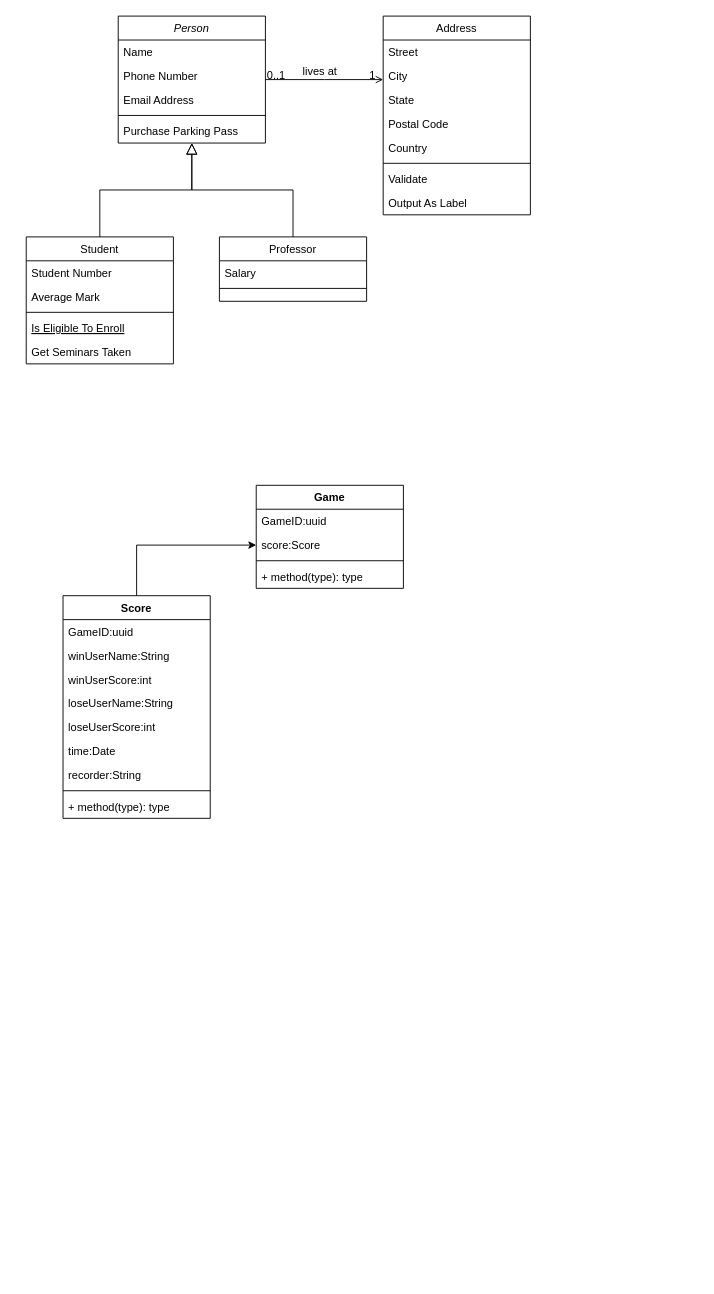
hunterljm/badminton keeps this draw.io diagram as 羽毛球计分系统.drawio. Above is the earlier version. Source tidied: cells renumbered, new cells numbered last; positions are measured from the earlier drawing's top-left corner, leaving out a move shared by most shapes. Both pictures are drawn from the tidied source at 92%, with x=0, y=0 at pixel (26, 16).
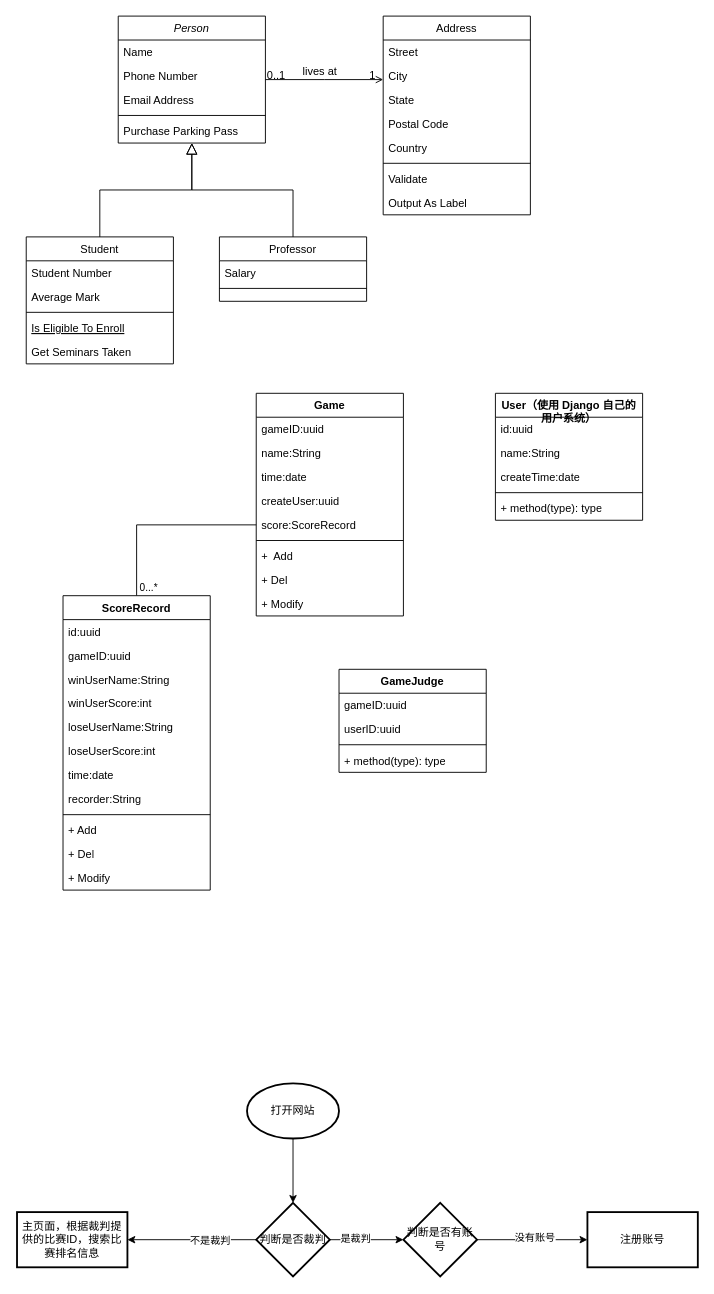
Above is the later version.

Commit message (it also covers changes not shown here):
更新羽毛球计分系统.drawio

Change to the diagram source:
```diff
@@
-    <mxCell id="32" style="edgeStyle=orthogonalEdgeStyle;rounded=0;jettySize=auto;html=1;exitX=0.5;exitY=0;exitDx=0;exitDy=0;entryX=0;entryY=0.5;entryDx=0;entryDy=0;" parent="1" edge="1" source="33" target="45">
+    <mxCell id="32" style="rounded=0;jettySize=auto;html=1;exitX=0.5;exitY=0;exitDx=0;exitDy=0;entryX=0;entryY=0.5;entryDx=0;entryDy=0;edgeStyle=orthogonalEdgeStyle;startArrow=none;startFill=0;endArrow=none;endFill=0;" parent="1" edge="1" source="33" target="45">
       <mxGeometry relative="1" as="geometry" />
     </mxCell>
+    <mxCell id="48" value="0...*" style="edgeLabel;html=1;align=center;verticalAlign=middle;" parent="32" vertex="1">
+      <mxGeometry x="-0.9" y="-1" relative="1" as="geometry">
+        <mxPoint x="11" as="offset" />
+      </mxGeometry>
+    </mxCell>
-    <mxCell id="33" value="Score" style="swimlane;fontStyle=1;align=center;verticalAlign=top;horizontal=1;startSize=26;whiteSpace=wrap;html=1;" parent="1" vertex="1">
-      <mxGeometry x="40" y="630" width="160" height="242" as="geometry" />
+    <mxCell id="33" value="ScoreRecord" style="swimlane;fontStyle=1;align=center;verticalAlign=top;horizontal=1;startSize=26;whiteSpace=wrap;html=1;" parent="1" vertex="1">
+      <mxGeometry x="40" y="630" width="160" height="320" as="geometry" />
     </mxCell>
+    <mxCell id="49" value="id:uuid" style="text;strokeColor=none;fillColor=none;align=left;verticalAlign=top;spacingLeft=4;spacingRight=4;overflow=hidden;whiteSpace=wrap;html=1;" parent="33" vertex="1">
+      <mxGeometry y="26" width="160" height="26" as="geometry" />
+    </mxCell>
-    <mxCell id="34" value="GameID:uuid" style="text;strokeColor=none;fillColor=none;align=left;verticalAlign=top;spacingLeft=4;spacingRight=4;overflow=hidden;whiteSpace=wrap;html=1;" parent="33" vertex="1">
-      <mxGeometry y="26" width="160" height="26" as="geometry" />
+    <mxCell id="34" value="gameID:uuid" style="text;strokeColor=none;fillColor=none;align=left;verticalAlign=top;spacingLeft=4;spacingRight=4;overflow=hidden;whiteSpace=wrap;html=1;" parent="33" vertex="1">
+      <mxGeometry y="52" width="160" height="26" as="geometry" />
     </mxCell>
     <mxCell id="35" value="winUserName:String" style="text;strokeColor=none;fillColor=none;align=left;verticalAlign=top;spacingLeft=4;spacingRight=4;overflow=hidden;whiteSpace=wrap;html=1;" parent="33" vertex="1">
-      <mxGeometry y="52" width="160" height="26" as="geometry" />
+      <mxGeometry y="78" width="160" height="26" as="geometry" />
     </mxCell>
     <mxCell id="36" value="winUserScore:int" style="text;strokeColor=none;fillColor=none;align=left;verticalAlign=top;spacingLeft=4;spacingRight=4;overflow=hidden;whiteSpace=wrap;html=1;" parent="33" vertex="1">
-      <mxGeometry y="78" width="160" height="26" as="geometry" />
+      <mxGeometry y="104" width="160" height="26" as="geometry" />
     </mxCell>
     <mxCell id="37" value="loseUserName:String" style="text;strokeColor=none;fillColor=none;align=left;verticalAlign=top;spacingLeft=4;spacingRight=4;overflow=hidden;whiteSpace=wrap;html=1;" parent="33" vertex="1">
-      <mxGeometry y="104" width="160" height="26" as="geometry" />
+      <mxGeometry y="130" width="160" height="26" as="geometry" />
     </mxCell>
     <mxCell id="38" value="loseUserScore:int" style="text;strokeColor=none;fillColor=none;align=left;verticalAlign=top;spacingLeft=4;spacingRight=4;overflow=hidden;whiteSpace=wrap;html=1;" parent="33" vertex="1">
-      <mxGeometry y="130" width="160" height="26" as="geometry" />
+      <mxGeometry y="156" width="160" height="26" as="geometry" />
     </mxCell>
-    <mxCell id="39" value="time:Date&lt;br&gt;" style="text;strokeColor=none;fillColor=none;align=left;verticalAlign=top;spacingLeft=4;spacingRight=4;overflow=hidden;whiteSpace=wrap;html=1;" parent="33" vertex="1">
-      <mxGeometry y="156" width="160" height="26" as="geometry" />
+    <mxCell id="39" value="time:date" style="text;strokeColor=none;fillColor=none;align=left;verticalAlign=top;spacingLeft=4;spacingRight=4;overflow=hidden;whiteSpace=wrap;html=1;" parent="33" vertex="1">
+      <mxGeometry y="182" width="160" height="26" as="geometry" />
     </mxCell>
     <mxCell id="40" value="recorder:String" style="text;strokeColor=none;fillColor=none;align=left;verticalAlign=top;spacingLeft=4;spacingRight=4;overflow=hidden;whiteSpace=wrap;html=1;" parent="33" vertex="1">
-      <mxGeometry y="182" width="160" height="26" as="geometry" />
+      <mxGeometry y="208" width="160" height="26" as="geometry" />
     </mxCell>
     <mxCell id="41" style="line;strokeWidth=1;fillColor=none;align=left;verticalAlign=middle;spacingTop=-1;spacingLeft=3;spacingRight=3;labelPosition=right;strokeColor=inherit;" parent="33" vertex="1">
-      <mxGeometry y="208" width="160" height="8" as="geometry" />
+      <mxGeometry y="234" width="160" height="8" as="geometry" />
     </mxCell>
-    <mxCell id="42" value="+ method(type): type" style="text;strokeColor=none;fillColor=none;align=left;verticalAlign=top;spacingLeft=4;spacingRight=4;overflow=hidden;whiteSpace=wrap;html=1;" parent="33" vertex="1">
-      <mxGeometry y="216" width="160" height="26" as="geometry" />
+    <mxCell id="42" value="+ Add" style="text;strokeColor=none;fillColor=none;align=left;verticalAlign=top;spacingLeft=4;spacingRight=4;overflow=hidden;whiteSpace=wrap;html=1;" parent="33" vertex="1">
+      <mxGeometry y="242" width="160" height="26" as="geometry" />
     </mxCell>
+    <mxCell id="50" value="+ Del" style="text;strokeColor=none;fillColor=none;align=left;verticalAlign=top;spacingLeft=4;spacingRight=4;overflow=hidden;whiteSpace=wrap;html=1;" parent="33" vertex="1">
+      <mxGeometry y="268" width="160" height="26" as="geometry" />
+    </mxCell>
+    <mxCell id="51" value="+ Modify" style="text;strokeColor=none;fillColor=none;align=left;verticalAlign=top;spacingLeft=4;spacingRight=4;overflow=hidden;whiteSpace=wrap;html=1;" parent="33" vertex="1">
+      <mxGeometry y="294" width="160" height="26" as="geometry" />
+    </mxCell>
     <mxCell id="43" value="Game" style="swimlane;fontStyle=1;align=center;verticalAlign=top;horizontal=1;startSize=26;whiteSpace=wrap;html=1;" parent="1" vertex="1">
-      <mxGeometry x="250" y="510" width="160" height="112" as="geometry" />
+      <mxGeometry x="250" y="410" width="160" height="242" as="geometry" />
     </mxCell>
+    <mxCell id="52" value="gameID:uuid" style="text;strokeColor=none;fillColor=none;align=left;verticalAlign=top;spacingLeft=4;spacingRight=4;overflow=hidden;whiteSpace=wrap;html=1;" parent="43" vertex="1">
+      <mxGeometry y="26" width="160" height="26" as="geometry" />
+    </mxCell>
-    <mxCell id="44" value="GameID:uuid" style="text;strokeColor=none;fillColor=none;align=left;verticalAlign=top;spacingLeft=4;spacingRight=4;overflow=hidden;whiteSpace=wrap;html=1;" parent="43" vertex="1">
-      <mxGeometry y="26" width="160" height="26" as="geometry" />
+    <mxCell id="44" value="name:String" style="text;strokeColor=none;fillColor=none;align=left;verticalAlign=top;spacingLeft=4;spacingRight=4;overflow=hidden;whiteSpace=wrap;html=1;" parent="43" vertex="1">
+      <mxGeometry y="52" width="160" height="26" as="geometry" />
     </mxCell>
+    <mxCell id="53" value="time:date" style="text;strokeColor=none;fillColor=none;align=left;verticalAlign=top;spacingLeft=4;spacingRight=4;overflow=hidden;whiteSpace=wrap;html=1;" parent="43" vertex="1">
+      <mxGeometry y="78" width="160" height="26" as="geometry" />
+    </mxCell>
+    <mxCell id="54" value="createUser:uuid" style="text;strokeColor=none;fillColor=none;align=left;verticalAlign=top;spacingLeft=4;spacingRight=4;overflow=hidden;whiteSpace=wrap;html=1;" parent="43" vertex="1">
+      <mxGeometry y="104" width="160" height="26" as="geometry" />
+    </mxCell>
-    <mxCell id="45" value="score:Score" style="text;strokeColor=none;fillColor=none;align=left;verticalAlign=top;spacingLeft=4;spacingRight=4;overflow=hidden;points=[[0,0.5],[1,0.5]];portConstraint=eastwest;whiteSpace=wrap;html=1;" parent="43" vertex="1">
-      <mxGeometry y="52" width="160" height="26" as="geometry" />
+    <mxCell id="45" value="score:ScoreRecord" style="text;strokeColor=none;fillColor=none;align=left;verticalAlign=top;spacingLeft=4;spacingRight=4;overflow=hidden;points=[[0,0.5],[1,0.5]];portConstraint=eastwest;whiteSpace=wrap;html=1;" parent="43" vertex="1">
+      <mxGeometry y="130" width="160" height="26" as="geometry" />
     </mxCell>
     <mxCell id="46" style="line;strokeWidth=1;fillColor=none;align=left;verticalAlign=middle;spacingTop=-1;spacingLeft=3;spacingRight=3;labelPosition=right;strokeColor=inherit;" parent="43" vertex="1">
-      <mxGeometry y="78" width="160" height="8" as="geometry" />
+      <mxGeometry y="156" width="160" height="8" as="geometry" />
     </mxCell>
-    <mxCell id="47" value="+ method(type): type" style="text;strokeColor=none;fillColor=none;align=left;verticalAlign=top;spacingLeft=4;spacingRight=4;overflow=hidden;whiteSpace=wrap;html=1;" parent="43" vertex="1">
-      <mxGeometry y="86" width="160" height="26" as="geometry" />
+    <mxCell id="47" value="+&amp;nbsp; Add" style="text;strokeColor=none;fillColor=none;align=left;verticalAlign=top;spacingLeft=4;spacingRight=4;overflow=hidden;whiteSpace=wrap;html=1;" parent="43" vertex="1">
+      <mxGeometry y="164" width="160" height="26" as="geometry" />
     </mxCell>
+    <mxCell id="55" value="+ Del" style="text;strokeColor=none;fillColor=none;align=left;verticalAlign=top;spacingLeft=4;spacingRight=4;overflow=hidden;whiteSpace=wrap;html=1;" parent="43" vertex="1">
+      <mxGeometry y="190" width="160" height="26" as="geometry" />
+    </mxCell>
+    <mxCell id="56" value="+ Modify" style="text;strokeColor=none;fillColor=none;align=left;verticalAlign=top;spacingLeft=4;spacingRight=4;overflow=hidden;whiteSpace=wrap;html=1;" parent="43" vertex="1">
+      <mxGeometry y="216" width="160" height="26" as="geometry" />
+    </mxCell>
+    <mxCell id="57" value="User（使用 Django 自己的用户系统）" style="swimlane;fontStyle=1;align=center;verticalAlign=top;horizontal=1;startSize=26;whiteSpace=wrap;html=1;" parent="1" vertex="1">
+      <mxGeometry x="510" y="410" width="160" height="138" as="geometry" />
+    </mxCell>
+    <mxCell id="58" value="id:uuid" style="text;strokeColor=none;fillColor=none;align=left;verticalAlign=top;spacingLeft=4;spacingRight=4;overflow=hidden;whiteSpace=wrap;html=1;" parent="57" vertex="1">
+      <mxGeometry y="26" width="160" height="26" as="geometry" />
+    </mxCell>
+    <mxCell id="59" value="name:String" style="text;strokeColor=none;fillColor=none;align=left;verticalAlign=top;spacingLeft=4;spacingRight=4;overflow=hidden;whiteSpace=wrap;html=1;" parent="57" vertex="1">
+      <mxGeometry y="52" width="160" height="26" as="geometry" />
+    </mxCell>
+    <mxCell id="60" value="createTime:date" style="text;strokeColor=none;fillColor=none;align=left;verticalAlign=top;spacingLeft=4;spacingRight=4;overflow=hidden;whiteSpace=wrap;html=1;" parent="57" vertex="1">
+      <mxGeometry y="78" width="160" height="26" as="geometry" />
+    </mxCell>
+    <mxCell id="61" style="line;strokeWidth=1;fillColor=none;align=left;verticalAlign=middle;spacingTop=-1;spacingLeft=3;spacingRight=3;labelPosition=right;strokeColor=inherit;" parent="57" vertex="1">
+      <mxGeometry y="104" width="160" height="8" as="geometry" />
+    </mxCell>
+    <mxCell id="62" value="+ method(type): type" style="text;strokeColor=none;fillColor=none;align=left;verticalAlign=top;spacingLeft=4;spacingRight=4;overflow=hidden;whiteSpace=wrap;html=1;" parent="57" vertex="1">
+      <mxGeometry y="112" width="160" height="26" as="geometry" />
+    </mxCell>
+    <mxCell id="63" value="GameJudge" style="swimlane;fontStyle=1;align=center;verticalAlign=top;horizontal=1;startSize=26;whiteSpace=wrap;html=1;" parent="1" vertex="1">
+      <mxGeometry x="340" y="710" width="160" height="112" as="geometry" />
+    </mxCell>
+    <mxCell id="64" value="gameID:uuid" style="text;strokeColor=none;fillColor=none;align=left;verticalAlign=top;spacingLeft=4;spacingRight=4;overflow=hidden;whiteSpace=wrap;html=1;" parent="63" vertex="1">
+      <mxGeometry y="26" width="160" height="26" as="geometry" />
+    </mxCell>
+    <mxCell id="65" value="userID:uuid" style="text;strokeColor=none;fillColor=none;align=left;verticalAlign=top;spacingLeft=4;spacingRight=4;overflow=hidden;whiteSpace=wrap;html=1;" parent="63" vertex="1">
+      <mxGeometry y="52" width="160" height="26" as="geometry" />
+    </mxCell>
+    <mxCell id="66" style="line;strokeWidth=1;fillColor=none;align=left;verticalAlign=middle;spacingTop=-1;spacingLeft=3;spacingRight=3;labelPosition=right;strokeColor=inherit;" parent="63" vertex="1">
+      <mxGeometry y="78" width="160" height="8" as="geometry" />
+    </mxCell>
+    <mxCell id="67" value="+ method(type): type" style="text;strokeColor=none;fillColor=none;align=left;verticalAlign=top;spacingLeft=4;spacingRight=4;overflow=hidden;whiteSpace=wrap;html=1;" parent="63" vertex="1">
+      <mxGeometry y="86" width="160" height="26" as="geometry" />
+    </mxCell>
+    <mxCell id="68" style="edgeStyle=orthogonalEdgeStyle;rounded=0;jettySize=auto;html=1;" parent="1" edge="1" source="69" target="74">
+      <mxGeometry relative="1" as="geometry" />
+    </mxCell>
+    <mxCell id="69" value="打开网站" style="strokeWidth=2;html=1;shape=mxgraph.flowchart.start_1;whiteSpace=wrap;" parent="1" vertex="1">
+      <mxGeometry x="240" y="1160" width="100" height="60" as="geometry" />
+    </mxCell>
+    <mxCell id="70" style="edgeStyle=orthogonalEdgeStyle;rounded=0;jettySize=auto;html=1;" parent="1" edge="1" source="74" target="75">
+      <mxGeometry relative="1" as="geometry" />
+    </mxCell>
+    <mxCell id="71" value="不是裁判" style="edgeLabel;html=1;align=center;verticalAlign=middle;" parent="70" vertex="1">
+      <mxGeometry x="-0.27" relative="1" as="geometry" />
+    </mxCell>
+    <mxCell id="72" style="edgeStyle=orthogonalEdgeStyle;rounded=0;jettySize=auto;html=1;" parent="1" edge="1" source="74" target="78">
+      <mxGeometry relative="1" as="geometry" />
+    </mxCell>
+    <mxCell id="73" value="是裁判" style="edgeLabel;html=1;align=center;verticalAlign=middle;" parent="72" vertex="1">
+      <mxGeometry x="-0.33" y="2" relative="1" as="geometry" />
+    </mxCell>
+    <mxCell id="74" value="判断是否裁判" style="rhombus;whiteSpace=wrap;html=1;strokeWidth=2;" parent="1" vertex="1">
+      <mxGeometry x="250" y="1290" width="80" height="80" as="geometry" />
+    </mxCell>
+    <mxCell id="75" value="主页面，根据裁判提供的比赛ID，搜索比赛排名信息" style="whiteSpace=wrap;html=1;strokeWidth=2;" parent="1" vertex="1">
+      <mxGeometry x="-10" y="1300" width="120" height="60" as="geometry" />
+    </mxCell>
+    <mxCell id="76" style="edgeStyle=orthogonalEdgeStyle;rounded=0;jettySize=auto;html=1;" parent="1" edge="1" source="78" target="79">
+      <mxGeometry relative="1" as="geometry" />
+    </mxCell>
+    <mxCell id="77" value="没有账号" style="edgeLabel;html=1;align=center;verticalAlign=middle;" parent="76" vertex="1">
+      <mxGeometry x="0.03" y="-3" relative="1" as="geometry">
+        <mxPoint y="-6" as="offset" />
+      </mxGeometry>
+    </mxCell>
+    <mxCell id="78" value="判断是否有账号" style="rhombus;whiteSpace=wrap;html=1;strokeWidth=2;" parent="1" vertex="1">
+      <mxGeometry x="410" y="1290" width="80" height="80" as="geometry" />
+    </mxCell>
+    <mxCell id="79" value="注册账号" style="whiteSpace=wrap;html=1;strokeWidth=2;" parent="1" vertex="1">
+      <mxGeometry x="610" y="1300" width="120" height="60" as="geometry" />
+    </mxCell>
```
